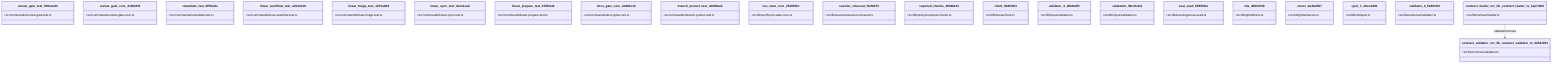
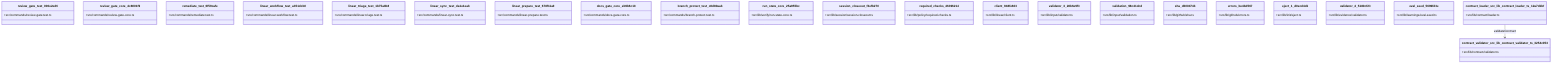
classDiagram
  class review_gate_test_000e2ed6 {
    +src/commands/review-gate.test.ts
  }
  class review_gate_core_4c8001f9 {
    +src/commands/review-gate-core.ts
  }
  class remediate_test_6f59cafe {
    +src/commands/remediate.test.ts
  }
  class linear_workflow_test_a351dcb0 {
    +src/commands/linear-workflow.test.ts
  }
  class linear_triage_test_1b75a8b8 {
    +src/commands/linear-triage.test.ts
  }
  class linear_sync_test_da1e1eab {
    +src/commands/linear-sync.test.ts
  }
  class linear_prepare_test_678f11a9 {
    +src/commands/linear-prepare.test.ts
  }
  class docs_gate_core_eb9b6c18 {
    +src/commands/docs-gate-core.ts
  }
  class branch_protect_test_c8d80aab {
    +src/commands/branch-protect.test.ts
  }
  class run_state_core_25a955bc {
    +src/lib/verify/run-state-core.ts
  }
  class session_closeout_f3efb270 {
    +src/lib/session/session-closeout.ts
  }
  class required_checks_46396214 {
    +src/lib/policy/required-checks.ts
  }
  class client_948fe603 {
    +src/lib/linear/client.ts
  }
  class validator_3_28b6e9f3 {
    +src/lib/input/validator.ts
  }
  class validation_98c41dcd {
    +src/lib/input/validation.ts
  }
-   class eval_seed_5699fd3e {
-     +src/lib/learnings/eval-seed.ts
-   }
  class sha_d600474b {
    +src/lib/github/sha.ts
  }
  class errors_be4bd567 {
    +src/lib/github/errors.ts
  }
  class eject_1_d0ecd4d1 {
    +src/lib/init/eject.ts
  }
  class validator_4_5180cf23 {
    +src/lib/evidence/validator.ts
  }
+   class eval_seed_5699fd3e {
+     +src/lib/learnings/eval-seed.ts
+   }
  class contract_loader_src_lib_contract_loader_ts_12a7d1bf {
    +src/lib/contract/loader.ts
  }
  class contract_validator_src_lib_contract_validator_ts_3254c053 {
    +src/lib/contract/validator.ts
  }
  contract_loader_src_lib_contract_loader_ts_12a7d1bf --> contract_validator_src_lib_contract_validator_ts_3254c053 : validateContract
